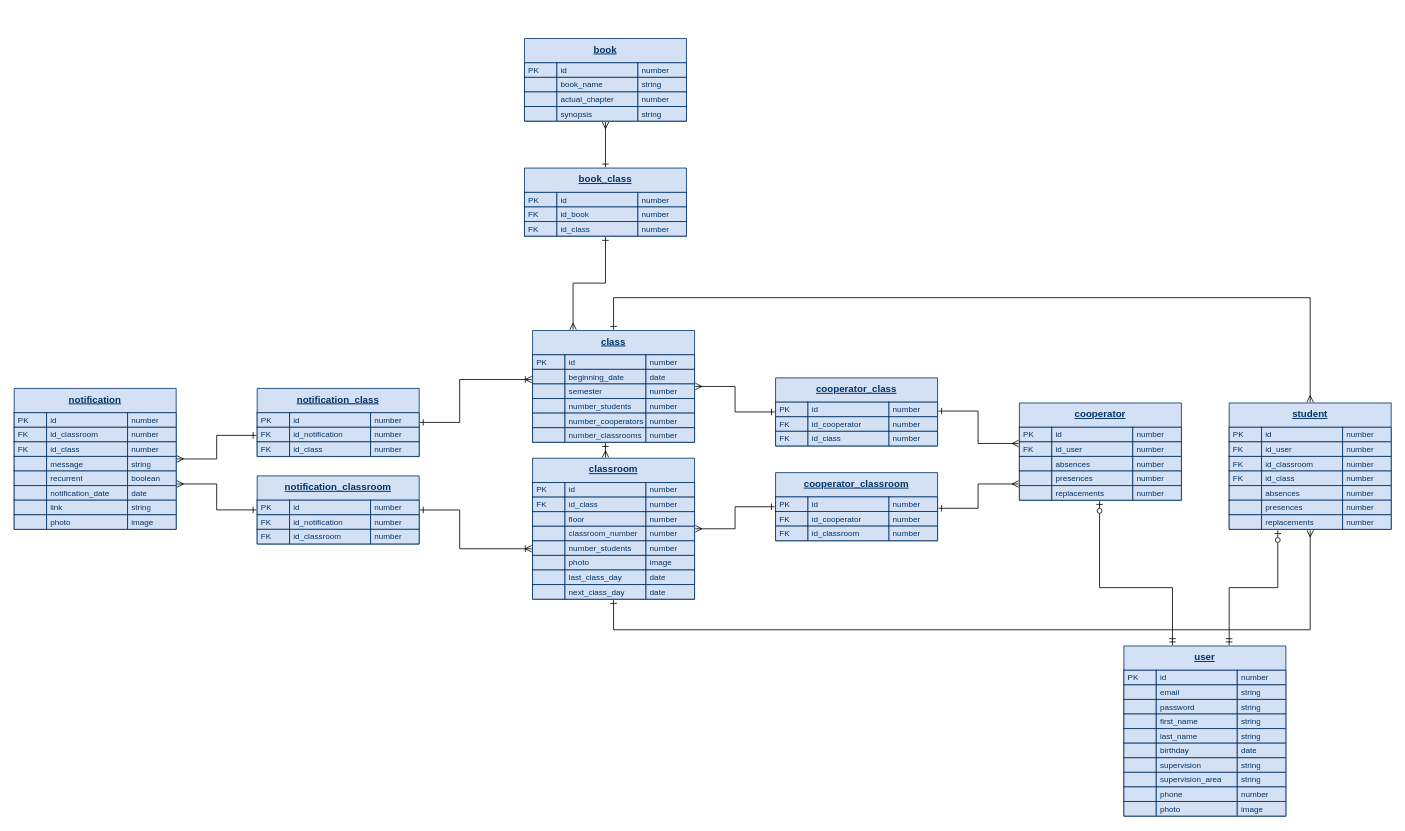
The draw.io diagram ser_db.drawio in FreeSoulsDotBat/SER, before the edit. Source tidied: cells renumbered, new cells numbered last; positions are measured from the earlier drawing's top-left corner, leaving out a move shared by most shapes. Both pictures are drawn from the tidied source at 81%, with x=0, y=0 at pixel (14, 38).
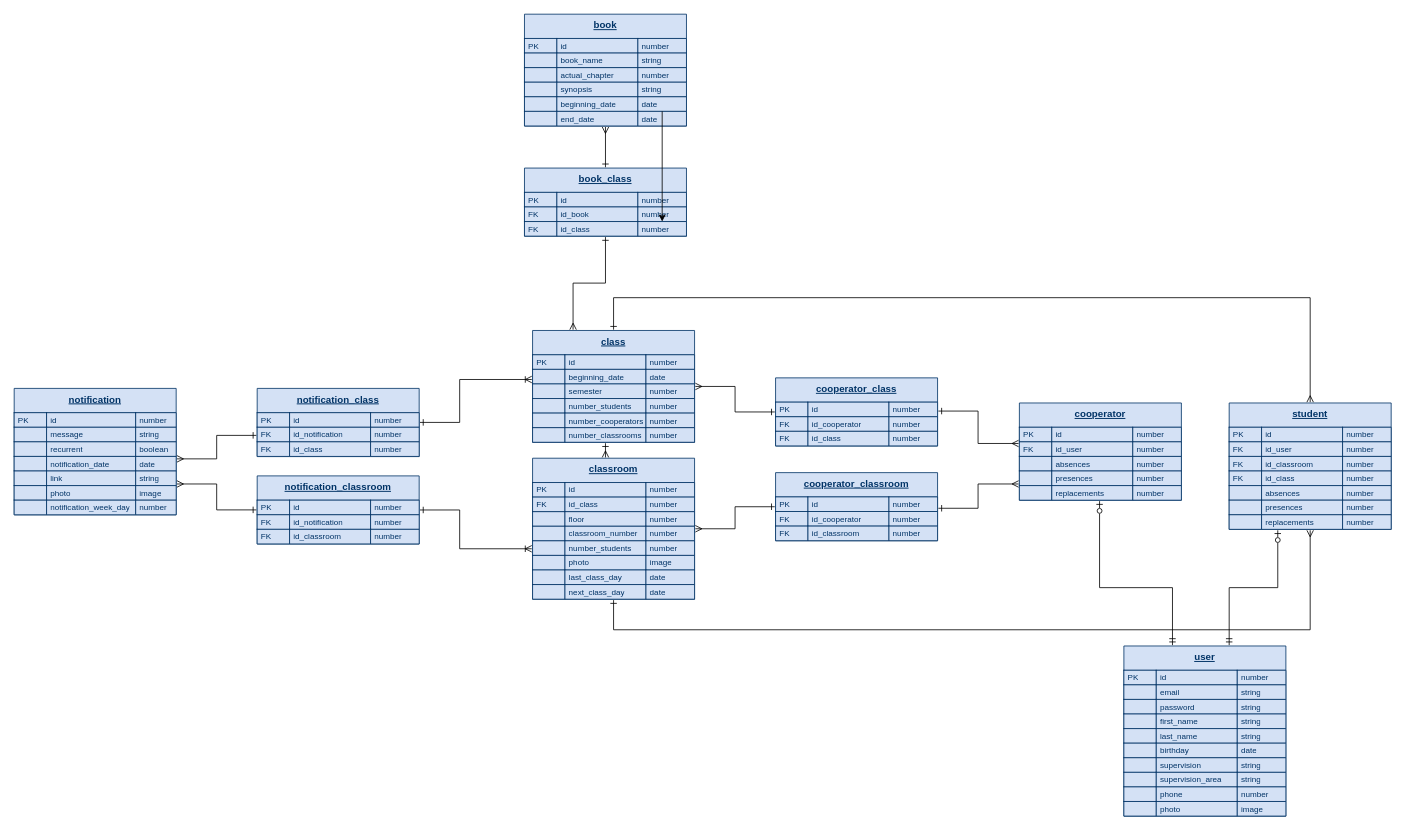
After the change.

The change refers to these unchanged cells:
```xml
<mxCell id="69" style="shape=tableRow;horizontal=0;startSize=0;swimlaneHead=0;swimlaneBody=0;top=0;left=0;bottom=0;right=0;fillColor=none;" parent="68" vertex="1">
  <mxGeometry y="30" width="200" height="18" as="geometry" />
</mxCell>
<mxCell id="280" value="number" style="shape=partialRectangle;html=1;whiteSpace=wrap;fillColor=#D4E1F5;top=1;left=1;bottom=1;right=1;overflow=hidden;strokeColor=#003366;strokeWidth=1;snapToPoint=0;align=left;fontColor=#003366;spacingLeft=5;fontSize=10;spacing=0;" parent="277" vertex="1">
  <mxGeometry x="140" width="60" height="18" as="geometry" />
</mxCell>
```

Change to the diagram source:
```diff
@@
     <mxCell id="68" value="notification" style="shape=table;startSize=30;childLayout=tableLayout;fontStyle=5;align=center;fillColor=#D4E1F5;strokeColor=#003366;fontColor=#003366;verticalAlign=top;swimlaneLine=1;sketch=0;perimeterSpacing=1;" parent="1" vertex="1">
-      <mxGeometry y="432" width="200" height="174.2" as="geometry" />
+      <mxGeometry y="432" width="200" height="156.2" as="geometry" />
     </mxCell>
@@
     <mxCell id="71" value="id" style="shape=partialRectangle;html=1;whiteSpace=wrap;fillColor=#D4E1F5;top=1;left=1;bottom=1;right=1;overflow=hidden;strokeColor=#003366;strokeWidth=1;align=left;fontColor=#003366;spacingLeft=5;fontSize=10;spacing=0;" parent="69" vertex="1">
-      <mxGeometry x="40" width="100" height="18" as="geometry" />
+      <mxGeometry x="40" width="110" height="18" as="geometry" />
     </mxCell>
     <mxCell id="72" value="number" style="shape=partialRectangle;html=1;whiteSpace=wrap;fillColor=#D4E1F5;top=1;left=1;bottom=1;right=1;overflow=hidden;strokeColor=#003366;strokeWidth=1;align=left;fontColor=#003366;spacingLeft=5;fontSize=10;spacing=0;" parent="69" vertex="1">
-      <mxGeometry x="140" width="60" height="18" as="geometry" />
+      <mxGeometry x="150" width="50" height="18" as="geometry" />
     </mxCell>
-    <mxCell id="73" style="shape=tableRow;horizontal=0;startSize=0;swimlaneHead=0;swimlaneBody=0;top=0;left=0;bottom=0;right=0;fillColor=none;" parent="68" vertex="1">
-      <mxGeometry y="48" width="200" height="18" as="geometry" />
-    </mxCell>
-    <mxCell id="74" value="FK" style="shape=partialRectangle;html=1;whiteSpace=wrap;fillColor=#D4E1F5;top=1;left=1;bottom=1;right=1;overflow=hidden;strokeColor=#003366;strokeWidth=1;align=left;fontColor=#003366;spacingLeft=5;fontSize=10;spacing=0;" parent="73" vertex="1">
-      <mxGeometry width="40" height="18" as="geometry" />
-    </mxCell>
-    <mxCell id="75" value="id_classroom" style="shape=partialRectangle;html=1;whiteSpace=wrap;fillColor=#D4E1F5;top=1;left=1;bottom=1;right=1;overflow=hidden;strokeColor=#003366;strokeWidth=1;align=left;fontColor=#003366;spacingLeft=5;fontSize=10;spacing=0;" parent="73" vertex="1">
-      <mxGeometry x="40" width="100" height="18" as="geometry" />
-    </mxCell>
-    <mxCell id="76" value="number" style="shape=partialRectangle;html=1;whiteSpace=wrap;fillColor=#D4E1F5;top=1;left=1;bottom=1;right=1;overflow=hidden;strokeColor=#003366;strokeWidth=1;align=left;fontColor=#003366;spacingLeft=5;fontSize=10;spacing=0;" parent="73" vertex="1">
-      <mxGeometry x="140" width="60" height="18" as="geometry" />
-    </mxCell>
-    <mxCell id="77" style="shape=tableRow;horizontal=0;startSize=0;swimlaneHead=0;swimlaneBody=0;top=0;left=0;bottom=0;right=0;fillColor=none;" parent="68" vertex="1">
-      <mxGeometry y="66" width="200" height="18" as="geometry" />
-    </mxCell>
-    <mxCell id="78" value="FK" style="shape=partialRectangle;html=1;whiteSpace=wrap;fillColor=#D4E1F5;top=1;left=1;bottom=1;right=1;overflow=hidden;strokeColor=#003366;strokeWidth=1;align=left;fontColor=#003366;spacingLeft=5;fontSize=10;spacing=0;" parent="77" vertex="1">
-      <mxGeometry width="40" height="18" as="geometry" />
-    </mxCell>
-    <mxCell id="79" value="id_class" style="shape=partialRectangle;html=1;whiteSpace=wrap;fillColor=#D4E1F5;top=1;left=1;bottom=1;right=1;overflow=hidden;strokeColor=#003366;strokeWidth=1;align=left;fontColor=#003366;spacingLeft=5;fontSize=10;spacing=0;" parent="77" vertex="1">
-      <mxGeometry x="40" width="100" height="18" as="geometry" />
-    </mxCell>
-    <mxCell id="80" value="number" style="shape=partialRectangle;html=1;whiteSpace=wrap;fillColor=#D4E1F5;top=1;left=1;bottom=1;right=1;overflow=hidden;strokeColor=#003366;strokeWidth=1;align=left;fontColor=#003366;spacingLeft=5;fontSize=10;spacing=0;" parent="77" vertex="1">
-      <mxGeometry x="140" width="60" height="18" as="geometry" />
-    </mxCell>
     <mxCell id="81" style="shape=tableRow;horizontal=0;startSize=0;swimlaneHead=0;swimlaneBody=0;top=0;left=0;bottom=0;right=0;fillColor=none;" parent="68" vertex="1">
-      <mxGeometry y="84" width="200" height="18" as="geometry" />
+      <mxGeometry y="48" width="200" height="18" as="geometry" />
     </mxCell>
@@
     <mxCell id="83" value="message" style="shape=partialRectangle;html=1;whiteSpace=wrap;fillColor=#D4E1F5;top=1;left=1;bottom=1;right=1;overflow=hidden;strokeColor=#003366;strokeWidth=1;align=left;fontColor=#003366;spacingLeft=5;fontSize=10;spacing=0;" parent="81" vertex="1">
-      <mxGeometry x="40" width="100" height="18" as="geometry" />
+      <mxGeometry x="40" width="110" height="18" as="geometry" />
     </mxCell>
     <mxCell id="84" value="string" style="shape=partialRectangle;html=1;whiteSpace=wrap;fillColor=#D4E1F5;top=1;left=1;bottom=1;right=1;overflow=hidden;strokeColor=#003366;strokeWidth=1;align=left;fontColor=#003366;spacingLeft=5;fontSize=10;spacing=0;" parent="81" vertex="1">
-      <mxGeometry x="140" width="60" height="18" as="geometry" />
+      <mxGeometry x="150" width="50" height="18" as="geometry" />
     </mxCell>
     <mxCell id="85" style="shape=tableRow;horizontal=0;startSize=0;swimlaneHead=0;swimlaneBody=0;top=0;left=0;bottom=0;right=0;fillColor=none;" parent="68" vertex="1">
-      <mxGeometry y="102" width="200" height="18" as="geometry" />
+      <mxGeometry y="66" width="200" height="18" as="geometry" />
     </mxCell>
@@
     <mxCell id="87" value="recurrent" style="shape=partialRectangle;html=1;whiteSpace=wrap;fillColor=#D4E1F5;top=1;left=1;bottom=1;right=1;overflow=hidden;strokeColor=#003366;strokeWidth=1;align=left;fontColor=#003366;spacingLeft=5;fontSize=10;spacing=0;" parent="85" vertex="1">
-      <mxGeometry x="40" width="100" height="18" as="geometry" />
+      <mxGeometry x="40" width="110" height="18" as="geometry" />
     </mxCell>
     <mxCell id="88" value="boolean" style="shape=partialRectangle;html=1;whiteSpace=wrap;fillColor=#D4E1F5;top=1;left=1;bottom=1;right=1;overflow=hidden;strokeColor=#003366;strokeWidth=1;align=left;fontColor=#003366;spacingLeft=5;fontSize=10;spacing=0;" parent="85" vertex="1">
-      <mxGeometry x="140" width="60" height="18" as="geometry" />
+      <mxGeometry x="150" width="50" height="18" as="geometry" />
     </mxCell>
     <mxCell id="89" style="shape=tableRow;horizontal=0;startSize=0;swimlaneHead=0;swimlaneBody=0;top=0;left=0;bottom=0;right=0;fillColor=none;" parent="68" vertex="1">
-      <mxGeometry y="120" width="200" height="18" as="geometry" />
+      <mxGeometry y="84" width="200" height="18" as="geometry" />
     </mxCell>
@@
     <mxCell id="91" value="notification_date" style="shape=partialRectangle;html=1;whiteSpace=wrap;fillColor=#D4E1F5;top=1;left=1;bottom=1;right=1;overflow=hidden;strokeColor=#003366;strokeWidth=1;align=left;fontColor=#003366;spacingLeft=5;fontSize=10;spacing=0;" parent="89" vertex="1">
-      <mxGeometry x="40" width="100" height="18" as="geometry" />
+      <mxGeometry x="40" width="110" height="18" as="geometry" />
     </mxCell>
     <mxCell id="92" value="date" style="shape=partialRectangle;html=1;whiteSpace=wrap;fillColor=#D4E1F5;top=1;left=1;bottom=1;right=1;overflow=hidden;strokeColor=#003366;strokeWidth=1;align=left;fontColor=#003366;spacingLeft=5;fontSize=10;spacing=0;" parent="89" vertex="1">
-      <mxGeometry x="140" width="60" height="18" as="geometry" />
+      <mxGeometry x="150" width="50" height="18" as="geometry" />
     </mxCell>
     <mxCell id="93" style="shape=tableRow;horizontal=0;startSize=0;swimlaneHead=0;swimlaneBody=0;top=0;left=0;bottom=0;right=0;fillColor=none;" parent="68" vertex="1">
-      <mxGeometry y="138" width="200" height="18" as="geometry" />
+      <mxGeometry y="102" width="200" height="18" as="geometry" />
     </mxCell>
@@
     <mxCell id="95" value="link" style="shape=partialRectangle;html=1;whiteSpace=wrap;fillColor=#D4E1F5;top=1;left=1;bottom=1;right=1;overflow=hidden;strokeColor=#003366;strokeWidth=1;align=left;fontColor=#003366;spacingLeft=5;fontSize=10;spacing=0;" parent="93" vertex="1">
-      <mxGeometry x="40" width="100" height="18" as="geometry" />
+      <mxGeometry x="40" width="110" height="18" as="geometry" />
     </mxCell>
     <mxCell id="96" value="string" style="shape=partialRectangle;html=1;whiteSpace=wrap;fillColor=#D4E1F5;top=1;left=1;bottom=1;right=1;overflow=hidden;strokeColor=#003366;strokeWidth=1;align=left;fontColor=#003366;spacingLeft=5;fontSize=10;spacing=0;" parent="93" vertex="1">
-      <mxGeometry x="140" width="60" height="18" as="geometry" />
+      <mxGeometry x="150" width="50" height="18" as="geometry" />
     </mxCell>
     <mxCell id="97" style="shape=tableRow;horizontal=0;startSize=0;swimlaneHead=0;swimlaneBody=0;top=0;left=0;bottom=0;right=0;fillColor=none;" parent="68" vertex="1">
-      <mxGeometry y="156" width="200" height="18" as="geometry" />
+      <mxGeometry y="120" width="200" height="18" as="geometry" />
     </mxCell>
@@
     <mxCell id="99" value="photo" style="shape=partialRectangle;html=1;whiteSpace=wrap;fillColor=#D4E1F5;top=1;left=1;bottom=1;right=1;overflow=hidden;strokeColor=#003366;strokeWidth=1;align=left;fontColor=#003366;spacingLeft=5;fontSize=10;spacing=0;" parent="97" vertex="1">
-      <mxGeometry x="40" width="100" height="18" as="geometry" />
+      <mxGeometry x="40" width="110" height="18" as="geometry" />
     </mxCell>
     <mxCell id="100" value="image" style="shape=partialRectangle;html=1;whiteSpace=wrap;fillColor=#D4E1F5;top=1;left=1;bottom=1;right=1;overflow=hidden;strokeColor=#003366;strokeWidth=1;align=left;fontColor=#003366;spacingLeft=5;fontSize=10;spacing=0;" parent="97" vertex="1">
-      <mxGeometry x="140" width="60" height="18" as="geometry" />
+      <mxGeometry x="150" width="50" height="18" as="geometry" />
     </mxCell>
+    <mxCell id="281" style="shape=tableRow;horizontal=0;startSize=0;swimlaneHead=0;swimlaneBody=0;top=0;left=0;bottom=0;right=0;fillColor=none;" parent="68" vertex="1">
+      <mxGeometry y="138" width="200" height="18" as="geometry" />
+    </mxCell>
+    <mxCell id="282" style="shape=partialRectangle;html=1;whiteSpace=wrap;fillColor=#D4E1F5;top=1;left=1;bottom=1;right=1;overflow=hidden;strokeColor=#003366;strokeWidth=1;align=left;fontColor=#003366;spacingLeft=5;fontSize=10;spacing=0;" parent="281" vertex="1">
+      <mxGeometry width="40" height="18" as="geometry" />
+    </mxCell>
+    <mxCell id="283" value="notification_week_day" style="shape=partialRectangle;html=1;whiteSpace=wrap;fillColor=#D4E1F5;top=1;left=1;bottom=1;right=1;overflow=hidden;strokeColor=#003366;strokeWidth=1;align=left;fontColor=#003366;spacingLeft=5;fontSize=10;spacing=0;" parent="281" vertex="1">
+      <mxGeometry x="40" width="110" height="18" as="geometry" />
+    </mxCell>
+    <mxCell id="80" value="number" style="shape=partialRectangle;html=1;whiteSpace=wrap;fillColor=#D4E1F5;top=1;left=1;bottom=1;right=1;overflow=hidden;strokeColor=#003366;strokeWidth=1;align=left;fontColor=#003366;spacingLeft=5;fontSize=10;spacing=0;" parent="281" vertex="1">
+      <mxGeometry x="150" width="50" height="18" as="geometry" />
+    </mxCell>
@@
     <mxCell id="129" value="book" style="shape=table;startSize=30;childLayout=tableLayout;fontStyle=5;align=center;fillColor=#D4E1F5;strokeColor=#003366;fontColor=#003366;verticalAlign=top;swimlaneLine=1;sketch=0;perimeterSpacing=1;" parent="1" vertex="1">
-      <mxGeometry x="630" width="200" height="102.2" as="geometry" />
+      <mxGeometry x="630" y="-30" width="200" height="138.2" as="geometry" />
     </mxCell>
@@
+    <mxCell id="284" style="shape=tableRow;horizontal=0;startSize=0;swimlaneHead=0;swimlaneBody=0;top=0;left=0;bottom=0;right=0;fillColor=none;" parent="129" vertex="1">
+      <mxGeometry y="102" width="200" height="18" as="geometry" />
+    </mxCell>
+    <mxCell id="285" style="shape=partialRectangle;html=1;whiteSpace=wrap;fillColor=#D4E1F5;top=1;left=1;bottom=1;right=1;overflow=hidden;strokeColor=#003366;strokeWidth=1;align=left;fontColor=#003366;spacingLeft=5;fontSize=10;spacing=0;" parent="284" vertex="1">
+      <mxGeometry width="40" height="18" as="geometry" />
+    </mxCell>
+    <mxCell id="286" value="beginning_date" style="shape=partialRectangle;html=1;whiteSpace=wrap;fillColor=#D4E1F5;top=1;left=1;bottom=1;right=1;overflow=hidden;strokeColor=#003366;strokeWidth=1;align=left;fontColor=#003366;spacingLeft=5;fontSize=10;spacing=0;" parent="284" vertex="1">
+      <mxGeometry x="40" width="100" height="18" as="geometry" />
+    </mxCell>
+    <mxCell id="287" value="date" style="shape=partialRectangle;html=1;whiteSpace=wrap;fillColor=#D4E1F5;top=1;left=1;bottom=1;right=1;overflow=hidden;strokeColor=#003366;strokeWidth=1;snapToPoint=0;align=left;fontColor=#003366;spacingLeft=5;fontSize=10;spacing=0;" parent="284" vertex="1">
+      <mxGeometry x="140" width="60" height="18" as="geometry" />
+    </mxCell>
+    <mxCell id="288" style="shape=tableRow;horizontal=0;startSize=0;swimlaneHead=0;swimlaneBody=0;top=0;left=0;bottom=0;right=0;fillColor=none;" parent="129" vertex="1">
+      <mxGeometry y="120" width="200" height="18" as="geometry" />
+    </mxCell>
+    <mxCell id="289" style="shape=partialRectangle;html=1;whiteSpace=wrap;fillColor=#D4E1F5;top=1;left=1;bottom=1;right=1;overflow=hidden;strokeColor=#003366;strokeWidth=1;align=left;fontColor=#003366;spacingLeft=5;fontSize=10;spacing=0;" parent="288" vertex="1">
+      <mxGeometry width="40" height="18" as="geometry" />
+    </mxCell>
+    <mxCell id="290" value="end_date" style="shape=partialRectangle;html=1;whiteSpace=wrap;fillColor=#D4E1F5;top=1;left=1;bottom=1;right=1;overflow=hidden;strokeColor=#003366;strokeWidth=1;align=left;fontColor=#003366;spacingLeft=5;fontSize=10;spacing=0;" parent="288" vertex="1">
+      <mxGeometry x="40" width="100" height="18" as="geometry" />
+    </mxCell>
+    <mxCell id="291" value="date" style="shape=partialRectangle;html=1;whiteSpace=wrap;fillColor=#D4E1F5;top=1;left=1;bottom=1;right=1;overflow=hidden;strokeColor=#003366;strokeWidth=1;align=left;fontColor=#003366;spacingLeft=5;fontSize=10;spacing=0;" parent="288" vertex="1">
+      <mxGeometry x="140" width="60" height="18" as="geometry" />
+    </mxCell>
@@
+    <mxCell id="292" style="edgeStyle=orthogonalEdgeStyle;rounded=0;jettySize=auto;html=1;" parent="1" edge="1" source="287" target="280">
+      <mxGeometry relative="1" as="geometry" />
+    </mxCell>
```
